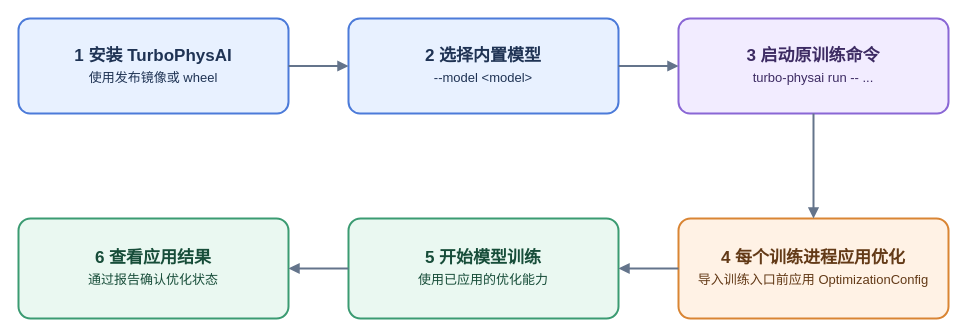
Above: docs/assets/turbophysai-workflow.drawio in HYGON-AI/TurboPhysAI (draw.io), before the change. Source tidied: cells renumbered, new cells numbered last; positions are measured from the earlier drawing's top-left corner, leaving out a move shared by most shapes. Both pictures are drawn from the tidied source at 100%, with x=0, y=0 at pixel (18, 18).
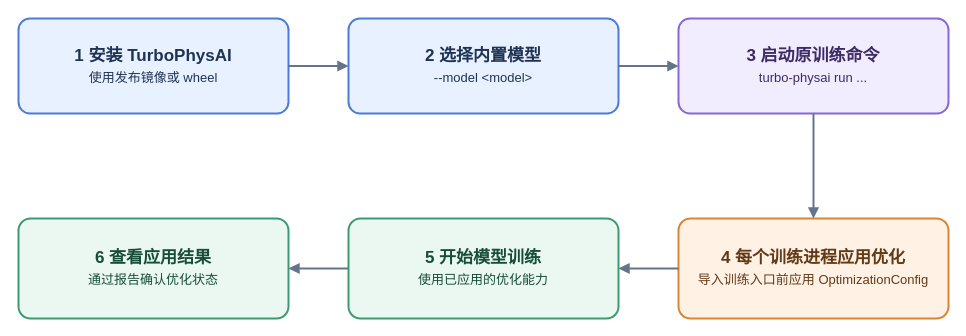
Above is the later version.

What changed in the source:
```diff
@@
 <mxGraphModel>
   <root>
     <mxCell id="0" />
     <mxCell id="1" parent="0" />
     <mxCell id="2" value="&lt;b&gt;1  安装 TurboPhysAI&lt;/b&gt;&lt;br&gt;&lt;font style=&quot;font-size: 13px;&quot;&gt;使用发布镜像或 wheel&lt;/font&gt;" style="rounded=1;whiteSpace=wrap;html=1;fillColor=#E8F1FF;strokeColor=#4C7BD9;strokeWidth=2;fontColor=#1F3354;fontSize=17;arcSize=12;" parent="1" vertex="1">
       <mxGeometry width="270" height="95" as="geometry" />
     </mxCell>
     <mxCell id="3" value="&lt;b&gt;2  选择内置模型&lt;/b&gt;&lt;br&gt;&lt;font style=&quot;font-size: 13px;&quot;&gt;--model &amp;lt;model&amp;gt;&lt;/font&gt;" style="rounded=1;whiteSpace=wrap;html=1;fillColor=#E8F1FF;strokeColor=#4C7BD9;strokeWidth=2;fontColor=#1F3354;fontSize=17;arcSize=12;" parent="1" vertex="1">
       <mxGeometry x="330" width="270" height="95" as="geometry" />
     </mxCell>
-    <mxCell id="4" value="&lt;b&gt;3  启动原训练命令&lt;/b&gt;&lt;br&gt;&lt;font style=&quot;font-size: 13px;&quot;&gt;turbo-physai run -- ...&lt;/font&gt;" style="rounded=1;whiteSpace=wrap;html=1;fillColor=#F2ECFF;strokeColor=#8A67D5;strokeWidth=2;fontColor=#3D2B63;fontSize=17;arcSize=12;" parent="1" vertex="1">
+    <mxCell id="4" value="&lt;b&gt;3  启动原训练命令&lt;/b&gt;&lt;br&gt;&lt;font style=&quot;font-size: 13px;&quot;&gt;turbo-physai run ...&lt;/font&gt;" style="rounded=1;whiteSpace=wrap;html=1;fillColor=#F2ECFF;strokeColor=#8A67D5;strokeWidth=2;fontColor=#3D2B63;fontSize=17;arcSize=12;" parent="1" vertex="1">
       <mxGeometry x="660" width="270" height="95" as="geometry" />
     </mxCell>
     <mxCell id="5" value="&lt;b&gt;4  每个训练进程应用优化&lt;/b&gt;&lt;br&gt;&lt;font style=&quot;font-size: 13px;&quot;&gt;导入训练入口前应用 OptimizationConfig&lt;/font&gt;" style="rounded=1;whiteSpace=wrap;html=1;fillColor=#FFF2E5;strokeColor=#D98534;strokeWidth=2;fontColor=#633A17;fontSize=17;arcSize=12;" parent="1" vertex="1">
       <mxGeometry x="660" y="200" width="270" height="100" as="geometry" />
     </mxCell>
     <mxCell id="6" value="&lt;b&gt;5  开始模型训练&lt;/b&gt;&lt;br&gt;&lt;font style=&quot;font-size: 13px;&quot;&gt;使用已应用的优化能力&lt;/font&gt;" style="rounded=1;whiteSpace=wrap;html=1;fillColor=#EAF8F1;strokeColor=#3B9B72;strokeWidth=2;fontColor=#174D39;fontSize=17;arcSize=12;" parent="1" vertex="1">
       <mxGeometry x="330" y="200" width="270" height="100" as="geometry" />
     </mxCell>
     <mxCell id="7" value="&lt;b&gt;6  查看应用结果&lt;/b&gt;&lt;br&gt;&lt;font style=&quot;font-size: 13px;&quot;&gt;通过报告确认优化状态&lt;/font&gt;" style="rounded=1;whiteSpace=wrap;html=1;fillColor=#EAF8F1;strokeColor=#3B9B72;strokeWidth=2;fontColor=#174D39;fontSize=17;arcSize=12;" parent="1" vertex="1">
       <mxGeometry y="200" width="270" height="100" as="geometry" />
     </mxCell>
     <mxCell id="8" style="edgeStyle=orthogonalEdgeStyle;rounded=0;html=1;endArrow=block;endFill=1;strokeColor=#64748B;strokeWidth=2;" parent="1" edge="1" source="2" target="3">
       <mxGeometry relative="1" as="geometry" />
     </mxCell>
     <mxCell id="9" style="edgeStyle=orthogonalEdgeStyle;rounded=0;html=1;endArrow=block;endFill=1;strokeColor=#64748B;strokeWidth=2;" parent="1" edge="1" source="3" target="4">
       <mxGeometry relative="1" as="geometry" />
     </mxCell>
     <mxCell id="10" style="edgeStyle=orthogonalEdgeStyle;rounded=0;html=1;endArrow=block;endFill=1;strokeColor=#64748B;strokeWidth=2;" parent="1" edge="1" source="4" target="5">
       <mxGeometry relative="1" as="geometry" />
     </mxCell>
     <mxCell id="11" style="edgeStyle=orthogonalEdgeStyle;rounded=0;html=1;endArrow=block;endFill=1;strokeColor=#64748B;strokeWidth=2;" parent="1" edge="1" source="5" target="6">
       <mxGeometry relative="1" as="geometry" />
     </mxCell>
     <mxCell id="12" style="edgeStyle=orthogonalEdgeStyle;rounded=0;html=1;endArrow=block;endFill=1;strokeColor=#64748B;strokeWidth=2;" parent="1" edge="1" source="6" target="7">
       <mxGeometry relative="1" as="geometry" />
     </mxCell>
   </root>
 </mxGraphModel>
```
